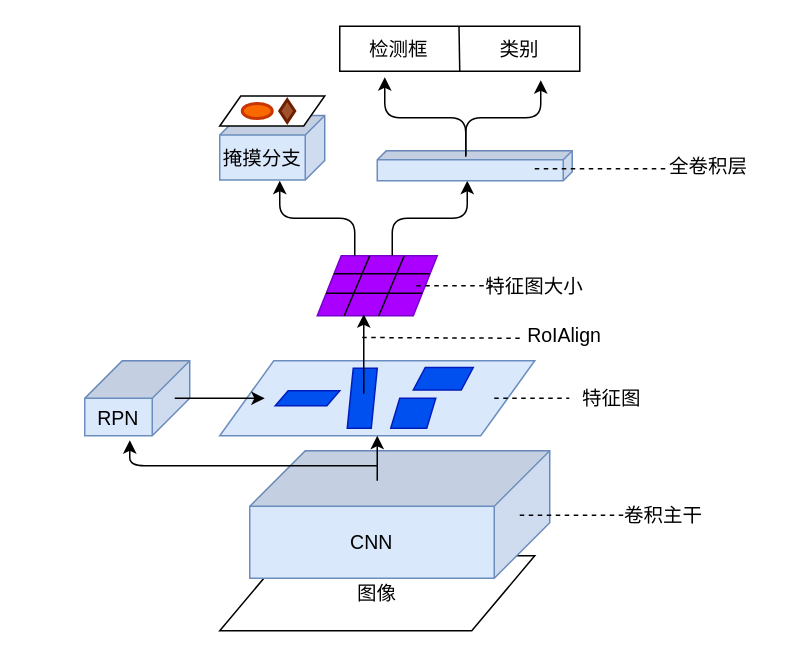
Earlier version of the draw.io diagram maskrcnn.drawio (ByronGe/ff). Source tidied: cells renumbered, new cells numbered last; positions are measured from the earlier drawing's top-left corner, leaving out a move shared by most shapes. Both pictures are drawn from the tidied source at 150%, with x=0, y=0 at pixel (84, 26).
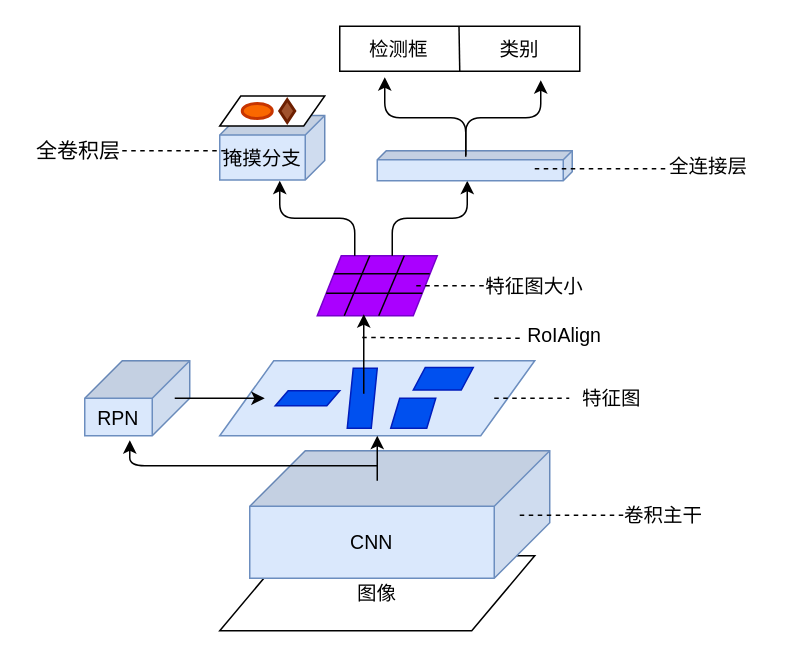
After the change.

Change to the diagram source:
```diff
@@
-    <mxCell id="38" value="全卷积层" style="text;html=1;strokeColor=none;fillColor=none;align=center;verticalAlign=middle;whiteSpace=wrap;rounded=0;fontSize=13;" parent="1" vertex="1">
+    <mxCell id="38" value="全连接层" style="text;html=1;strokeColor=none;fillColor=none;align=center;verticalAlign=middle;whiteSpace=wrap;rounded=0;fontSize=13;" parent="1" vertex="1">
       <mxGeometry x="369" y="83" width="94" height="20" as="geometry" />
     </mxCell>
@@
+    <mxCell id="41" style="endArrow=none;dashed=1;html=1;" parent="1" edge="1">
+      <mxGeometry relative="1" as="geometry">
+        <mxPoint x="25" y="83" as="sourcePoint" />
+        <mxPoint x="95" y="83" as="targetPoint" />
+      </mxGeometry>
+    </mxCell>
+    <mxCell id="42" value="全卷积层" style="text;html=1;strokeColor=none;fillColor=none;align=center;verticalAlign=middle;whiteSpace=wrap;rounded=0;fontSize=14;" parent="1" vertex="1">
+      <mxGeometry x="-39" y="73" width="70" height="20" as="geometry" />
+    </mxCell>
```
